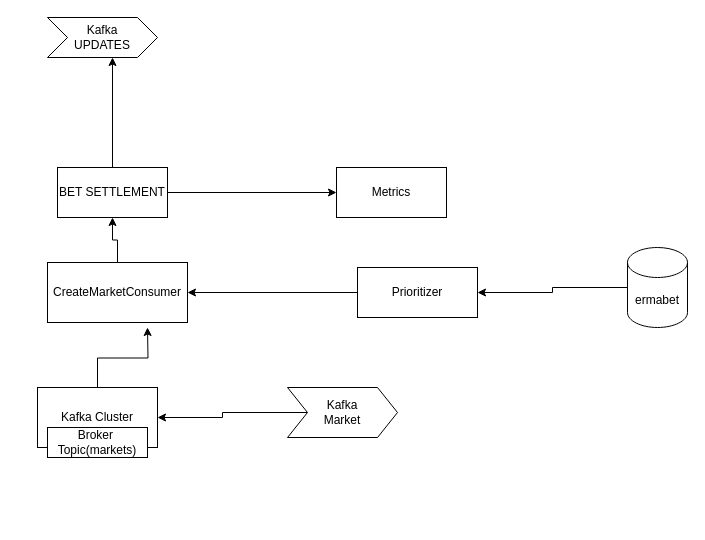
Above: Untitled Diagram.drawio in keshu12345/MultiServer (draw.io), before the change. Source tidied: cells renumbered, new cells numbered last; positions are measured from the earlier drawing's top-left corner, leaving out a move shared by most shapes. Both pictures are drawn from the tidied source at 100%, with x=0, y=0 at pixel (37, 17).
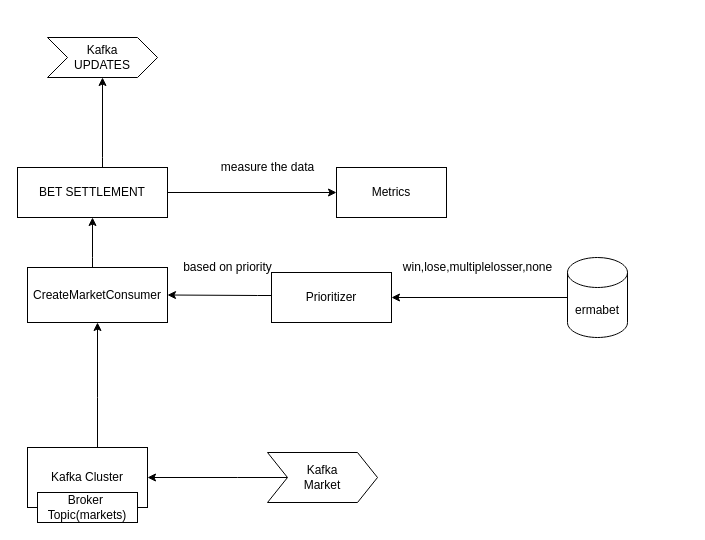
The same page after the edit.

Diff of the diagram source:
```diff
@@
-    <mxCell id="2" style="edgeStyle=orthogonalEdgeStyle;rounded=0;jettySize=auto;html=1;" parent="1" edge="1" source="4">
-      <mxGeometry relative="1" as="geometry">
-        <mxPoint x="75" y="40" as="targetPoint" />
-      </mxGeometry>
-    </mxCell>
@@
+    <mxCell id="20" style="edgeStyle=orthogonalEdgeStyle;rounded=0;jettySize=auto;html=1;entryX=0.5;entryY=1;entryDx=0;entryDy=0;" parent="1" edge="1" source="4" target="7">
+      <mxGeometry relative="1" as="geometry">
+        <Array as="points">
+          <mxPoint x="65" y="140" />
+          <mxPoint x="65" y="140" />
+        </Array>
+      </mxGeometry>
+    </mxCell>
     <mxCell id="4" value="BET SETTLEMENT" style="rounded=0;whiteSpace=wrap;html=1;" parent="1" vertex="1">
-      <mxGeometry x="20" y="150" width="110" height="50" as="geometry" />
+      <mxGeometry x="-20" y="150" width="150" height="50" as="geometry" />
     </mxCell>
-    <mxCell id="5" style="edgeStyle=orthogonalEdgeStyle;rounded=0;jettySize=auto;html=1;entryX=1;entryY=0.5;entryDx=0;entryDy=0;" parent="1" edge="1" source="6" target="11">
-      <mxGeometry relative="1" as="geometry" />
+    <mxCell id="5" style="edgeStyle=orthogonalEdgeStyle;rounded=0;jettySize=auto;html=1;" parent="1" edge="1" source="6" target="11">
+      <mxGeometry relative="1" as="geometry">
+        <Array as="points">
+          <mxPoint x="200" y="460" />
+          <mxPoint x="200" y="460" />
+        </Array>
+      </mxGeometry>
     </mxCell>
     <mxCell id="6" value="Kafka&lt;br&gt;Market" style="shape=step;perimeter=stepPerimeter;whiteSpace=wrap;html=1;fixedSize=1;" parent="1" vertex="1">
-      <mxGeometry x="250" y="370" width="110" height="50" as="geometry" />
+      <mxGeometry x="230" y="435" width="110" height="50" as="geometry" />
     </mxCell>
     <mxCell id="7" value="Kafka&lt;br&gt;UPDATES" style="shape=step;perimeter=stepPerimeter;whiteSpace=wrap;html=1;fixedSize=1;" parent="1" vertex="1">
-      <mxGeometry x="10" width="110" height="40" as="geometry" />
+      <mxGeometry x="10" y="20" width="110" height="40" as="geometry" />
     </mxCell>
@@
-    <mxCell id="10" style="edgeStyle=orthogonalEdgeStyle;rounded=0;jettySize=auto;html=1;" parent="1" edge="1" source="11">
-      <mxGeometry relative="1" as="geometry">
-        <mxPoint x="110" y="310" as="targetPoint" />
-      </mxGeometry>
-    </mxCell>
+    <mxCell id="21" style="edgeStyle=orthogonalEdgeStyle;rounded=0;jettySize=auto;html=1;entryX=0.5;entryY=1;entryDx=0;entryDy=0;" parent="1" edge="1" source="11" target="15">
+      <mxGeometry relative="1" as="geometry">
+        <Array as="points">
+          <mxPoint x="60" y="380" />
+          <mxPoint x="60" y="380" />
+        </Array>
+      </mxGeometry>
+    </mxCell>
     <mxCell id="11" value="Kafka Cluster" style="rounded=0;whiteSpace=wrap;html=1;" parent="1" vertex="1">
-      <mxGeometry y="370" width="120" height="60" as="geometry" />
+      <mxGeometry x="-10" y="430" width="120" height="60" as="geometry" />
     </mxCell>
     <mxCell id="12" value="Broker&amp;nbsp;&lt;br&gt;Topic(markets)" style="rounded=0;whiteSpace=wrap;html=1;" parent="1" vertex="1">
-      <mxGeometry x="10" y="410" width="100" height="30" as="geometry" />
+      <mxGeometry y="475" width="100" height="30" as="geometry" />
     </mxCell>
@@
-    <mxCell id="14" style="edgeStyle=orthogonalEdgeStyle;rounded=0;jettySize=auto;html=1;entryX=0.5;entryY=1;entryDx=0;entryDy=0;" parent="1" edge="1" source="15" target="4">
-      <mxGeometry relative="1" as="geometry" />
+    <mxCell id="14" style="edgeStyle=orthogonalEdgeStyle;rounded=0;jettySize=auto;html=1;" parent="1" edge="1" source="15" target="4">
+      <mxGeometry relative="1" as="geometry">
+        <Array as="points">
+          <mxPoint x="55" y="240" />
+          <mxPoint x="55" y="240" />
+        </Array>
+      </mxGeometry>
     </mxCell>
     <mxCell id="15" value="CreateMarketConsumer" style="rounded=0;whiteSpace=wrap;html=1;" parent="1" vertex="1">
-      <mxGeometry x="10" y="245" width="140" height="60" as="geometry" />
+      <mxGeometry x="-10" y="250" width="140" height="55" as="geometry" />
     </mxCell>
     <mxCell id="16" style="edgeStyle=orthogonalEdgeStyle;rounded=0;jettySize=auto;html=1;entryX=1;entryY=0.5;entryDx=0;entryDy=0;" parent="1" edge="1" source="17" target="15">
-      <mxGeometry relative="1" as="geometry" />
+      <mxGeometry relative="1" as="geometry">
+        <Array as="points">
+          <mxPoint x="220" y="278" />
+          <mxPoint x="220" y="278" />
+        </Array>
+      </mxGeometry>
     </mxCell>
     <mxCell id="17" value="Prioritizer" style="rounded=0;whiteSpace=wrap;html=1;" parent="1" vertex="1">
-      <mxGeometry x="320" y="250" width="120" height="50" as="geometry" />
+      <mxGeometry x="234" y="255" width="120" height="50" as="geometry" />
     </mxCell>
@@
     <mxCell id="19" value="ermabet" style="shape=cylinder3;whiteSpace=wrap;html=1;boundedLbl=1;backgroundOutline=1;size=15;" parent="1" vertex="1">
-      <mxGeometry x="590" y="230" width="60" height="80" as="geometry" />
+      <mxGeometry x="530" y="240" width="60" height="80" as="geometry" />
     </mxCell>
+    <mxCell id="22" value="win,lose,multiplelosser,none" style="text;html=1;align=center;verticalAlign=middle;strokeColor=none;fillColor=none;" parent="1" vertex="1">
+      <mxGeometry x="360" y="240" width="160" height="20" as="geometry" />
+    </mxCell>
+    <mxCell id="23" value="based on priority" style="text;html=1;align=center;verticalAlign=middle;strokeColor=none;fillColor=none;" parent="1" vertex="1">
+      <mxGeometry x="140" y="240" width="100" height="20" as="geometry" />
+    </mxCell>
+    <mxCell id="24" value="measure the data" style="text;html=1;align=center;verticalAlign=middle;strokeColor=none;fillColor=none;" parent="1" vertex="1">
+      <mxGeometry x="175" y="140" width="110" height="20" as="geometry" />
+    </mxCell>
```
